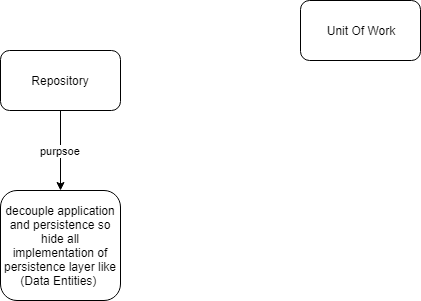
Before: DDD_Repository_Overview.PNG, a diagram exported from draw.io (stsiwo/ddd_concept). Source tidied: cells renumbered, new cells last; positions are measured from the earlier drawing's top-left corner, leaving out a move shared by most shapes.
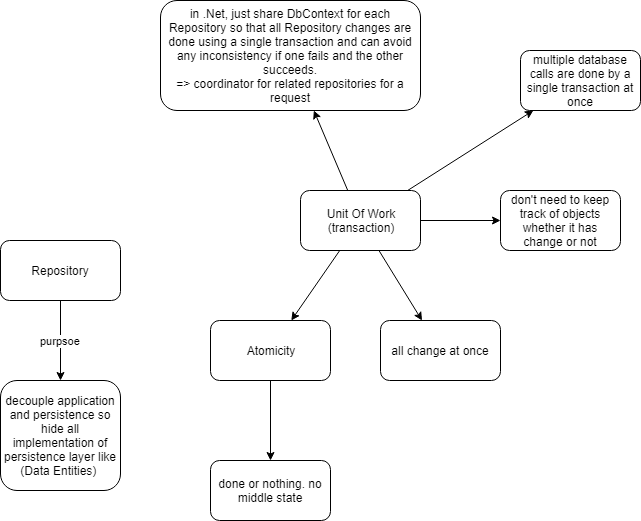
Later version of the same file.

Diff of the diagram source:
```diff
@@ -11,8 +11,44 @@
     <mxCell id="4" value="decouple application and persistence so hide all implementation of persistence layer like (Data Entities)&amp;nbsp;" style="rounded=1;whiteSpace=wrap;html=1;" parent="1" vertex="1">
       <mxGeometry y="190" width="120" height="110" as="geometry" />
     </mxCell>
+    <mxCell id="6" style="rounded=0;jettySize=auto;html=1;" parent="1" edge="1" source="5" target="16">
+      <mxGeometry relative="1" as="geometry" />
+    </mxCell>
+    <mxCell id="7" style="edgeStyle=none;rounded=0;jettySize=auto;html=1;" parent="1" edge="1" source="5" target="14">
+      <mxGeometry relative="1" as="geometry" />
+    </mxCell>
+    <mxCell id="8" style="edgeStyle=none;rounded=0;jettySize=auto;html=1;" parent="1" edge="1" source="5" target="13">
+      <mxGeometry relative="1" as="geometry" />
+    </mxCell>
+    <mxCell id="9" style="edgeStyle=none;rounded=0;jettySize=auto;html=1;" parent="1" edge="1" source="5" target="12">
+      <mxGeometry relative="1" as="geometry" />
+    </mxCell>
+    <mxCell id="10" style="edgeStyle=none;rounded=0;jettySize=auto;html=1;" parent="1" edge="1" source="5" target="11">
+      <mxGeometry relative="1" as="geometry" />
+    </mxCell>
-    <mxCell id="5" value="Unit Of Work" style="rounded=1;whiteSpace=wrap;html=1;" parent="1" vertex="1">
+    <mxCell id="5" value="Unit Of Work&lt;br&gt;(transaction)" style="rounded=1;whiteSpace=wrap;html=1;" parent="1" vertex="1">
       <mxGeometry x="300" width="120" height="60" as="geometry" />
     </mxCell>
+    <mxCell id="11" value="in .Net, just share DbContext for each Repository so that all Repository changes are done using a single transaction and can avoid any inconsistency if one fails and the other succeeds.&lt;br&gt;=&amp;gt; coordinator for related repositories for a request" style="rounded=1;whiteSpace=wrap;html=1;" parent="1" vertex="1">
+      <mxGeometry x="160" y="-190" width="260" height="110" as="geometry" />
+    </mxCell>
+    <mxCell id="12" value="multiple database calls are done by a single transaction at once" style="rounded=1;whiteSpace=wrap;html=1;" parent="1" vertex="1">
+      <mxGeometry x="520" y="-140" width="120" height="60" as="geometry" />
+    </mxCell>
+    <mxCell id="13" value="don't need to keep track of objects whether it has change or not" style="rounded=1;whiteSpace=wrap;html=1;" parent="1" vertex="1">
+      <mxGeometry x="500" width="120" height="60" as="geometry" />
+    </mxCell>
+    <mxCell id="14" value="all change at once" style="rounded=1;whiteSpace=wrap;html=1;" parent="1" vertex="1">
+      <mxGeometry x="380" y="130" width="120" height="60" as="geometry" />
+    </mxCell>
+    <mxCell id="15" style="edgeStyle=none;rounded=0;jettySize=auto;html=1;" parent="1" edge="1" source="16" target="17">
+      <mxGeometry relative="1" as="geometry" />
+    </mxCell>
+    <mxCell id="16" value="Atomicity" style="rounded=1;whiteSpace=wrap;html=1;" parent="1" vertex="1">
+      <mxGeometry x="210" y="130" width="120" height="60" as="geometry" />
+    </mxCell>
+    <mxCell id="17" value="done or nothing. no middle state" style="rounded=1;whiteSpace=wrap;html=1;" parent="1" vertex="1">
+      <mxGeometry x="210" y="270" width="120" height="60" as="geometry" />
+    </mxCell>
   </root>
 </mxGraphModel>
```
